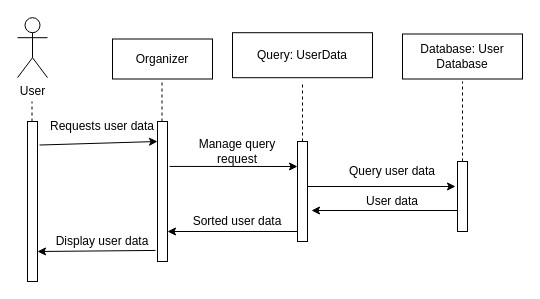
markomijovic/Agent-System-Matchmaking keeps this draw.io diagram as page "Search" (2 of 4) of Design Documentation/Sequence Diagrams/Sequence Diagram - Social Network.drawio. Above is the earlier version. Source tidied: cells renumbered, new cells numbered last; positions are measured from the earlier drawing's top-left corner, leaving out a move shared by most shapes. Both pictures are drawn from the tidied source at 100%, with x=0, y=0 at pixel (17, 17).
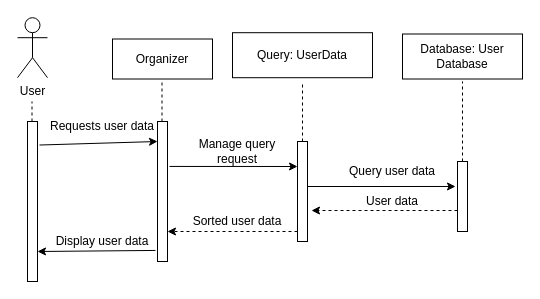
Above is the later version.

The change refers to these unchanged cells:
```xml
<mxCell id="14" style="rounded=0;whiteSpace=wrap;html=1;" parent="1" vertex="1">
  <mxGeometry x="280" y="124" width="10" height="100" as="geometry" />
</mxCell>
```

What changed in the source:
```diff
@@
-    <mxCell id="20" style="endArrow=classic;html=1;rounded=0;entryX=1.4;entryY=0.69;entryDx=0;entryDy=0;entryPerimeter=0;" parent="1" edge="1" target="14">
+    <mxCell id="20" style="endArrow=classic;html=1;rounded=0;entryX=1.4;entryY=0.69;entryDx=0;entryDy=0;entryPerimeter=0;dashed=1;" parent="1" edge="1" target="14">
       <mxGeometry relative="1" as="geometry">
         <mxPoint x="440" y="193" as="sourcePoint" />
       </mxGeometry>
     </mxCell>
@@
-    <mxCell id="22" style="endArrow=classic;html=1;rounded=0;entryX=1.4;entryY=0.69;entryDx=0;entryDy=0;entryPerimeter=0;" parent="1" edge="1">
+    <mxCell id="22" style="endArrow=classic;html=1;rounded=0;entryX=1.4;entryY=0.69;entryDx=0;entryDy=0;entryPerimeter=0;dashed=1;" parent="1" edge="1">
       <mxGeometry relative="1" as="geometry">
         <mxPoint x="280" y="214" as="sourcePoint" />
         <mxPoint x="150" y="214" as="targetPoint" />
       </mxGeometry>
     </mxCell>
```
